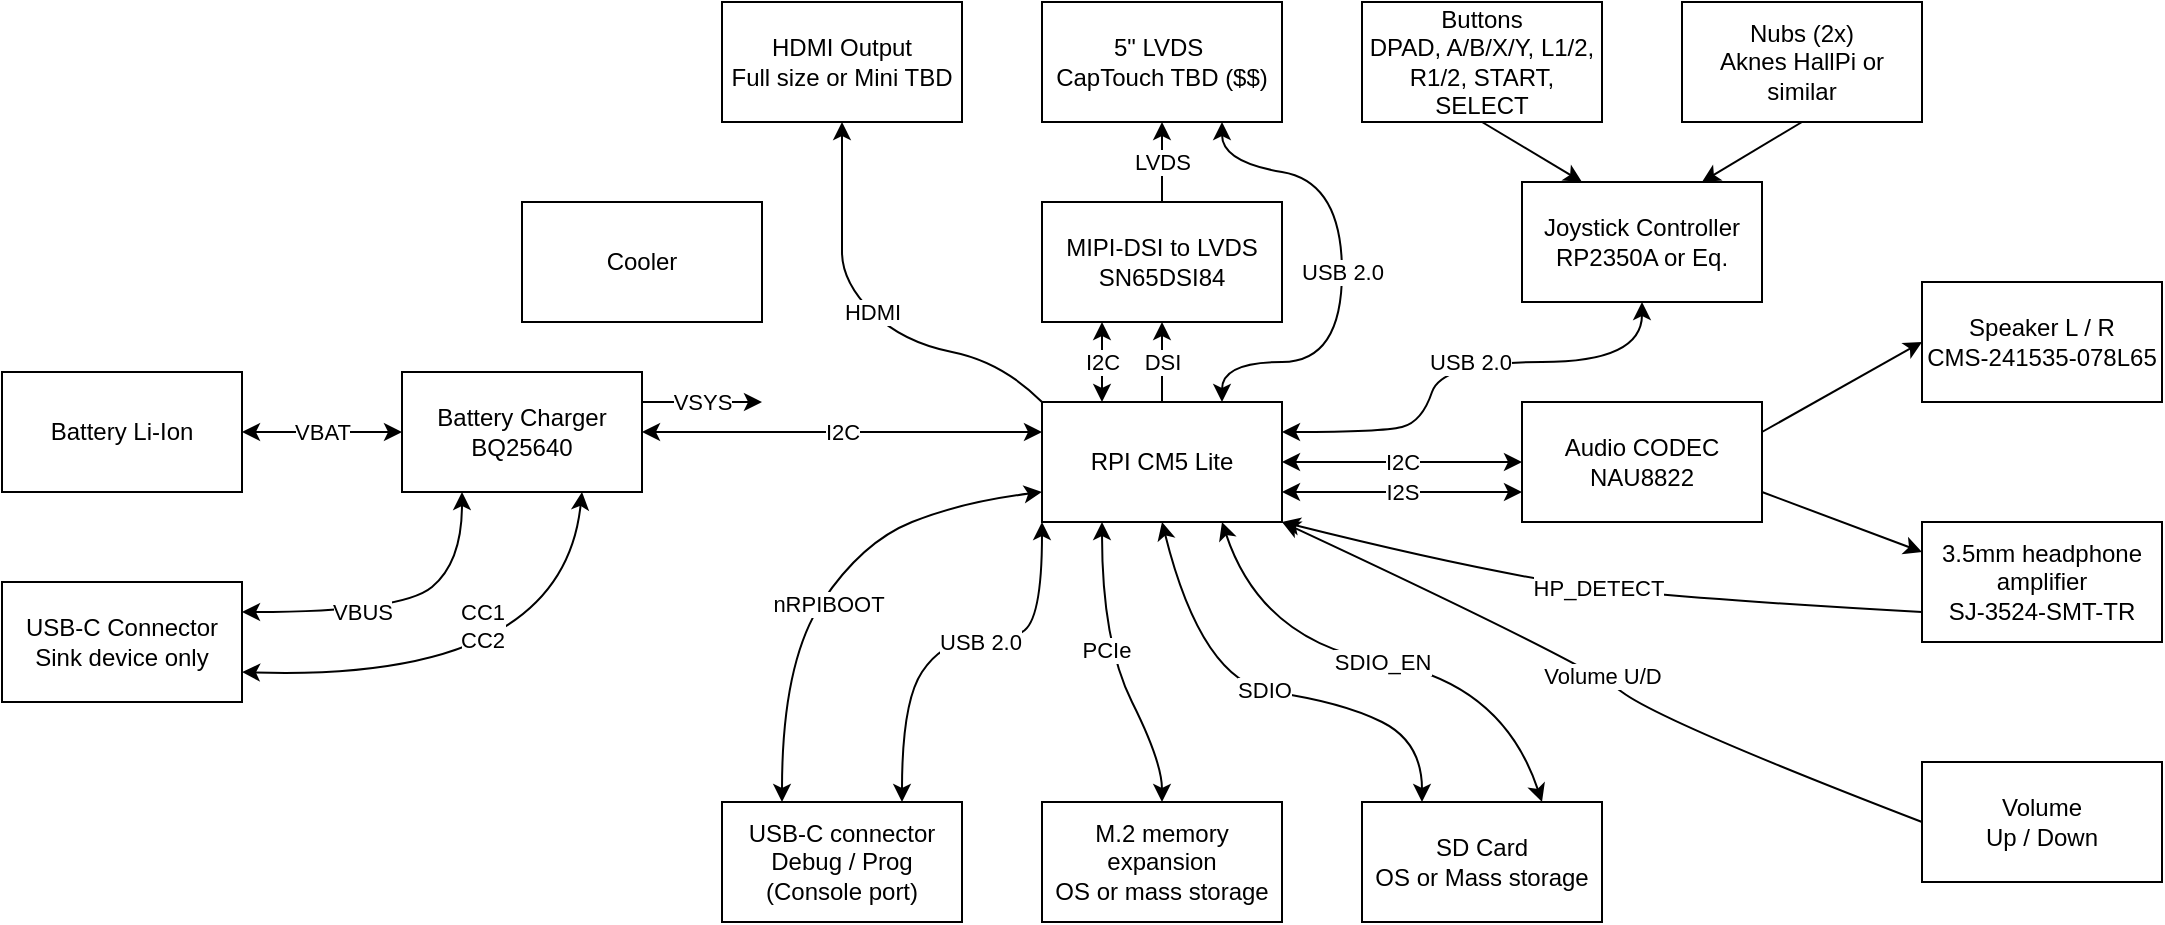
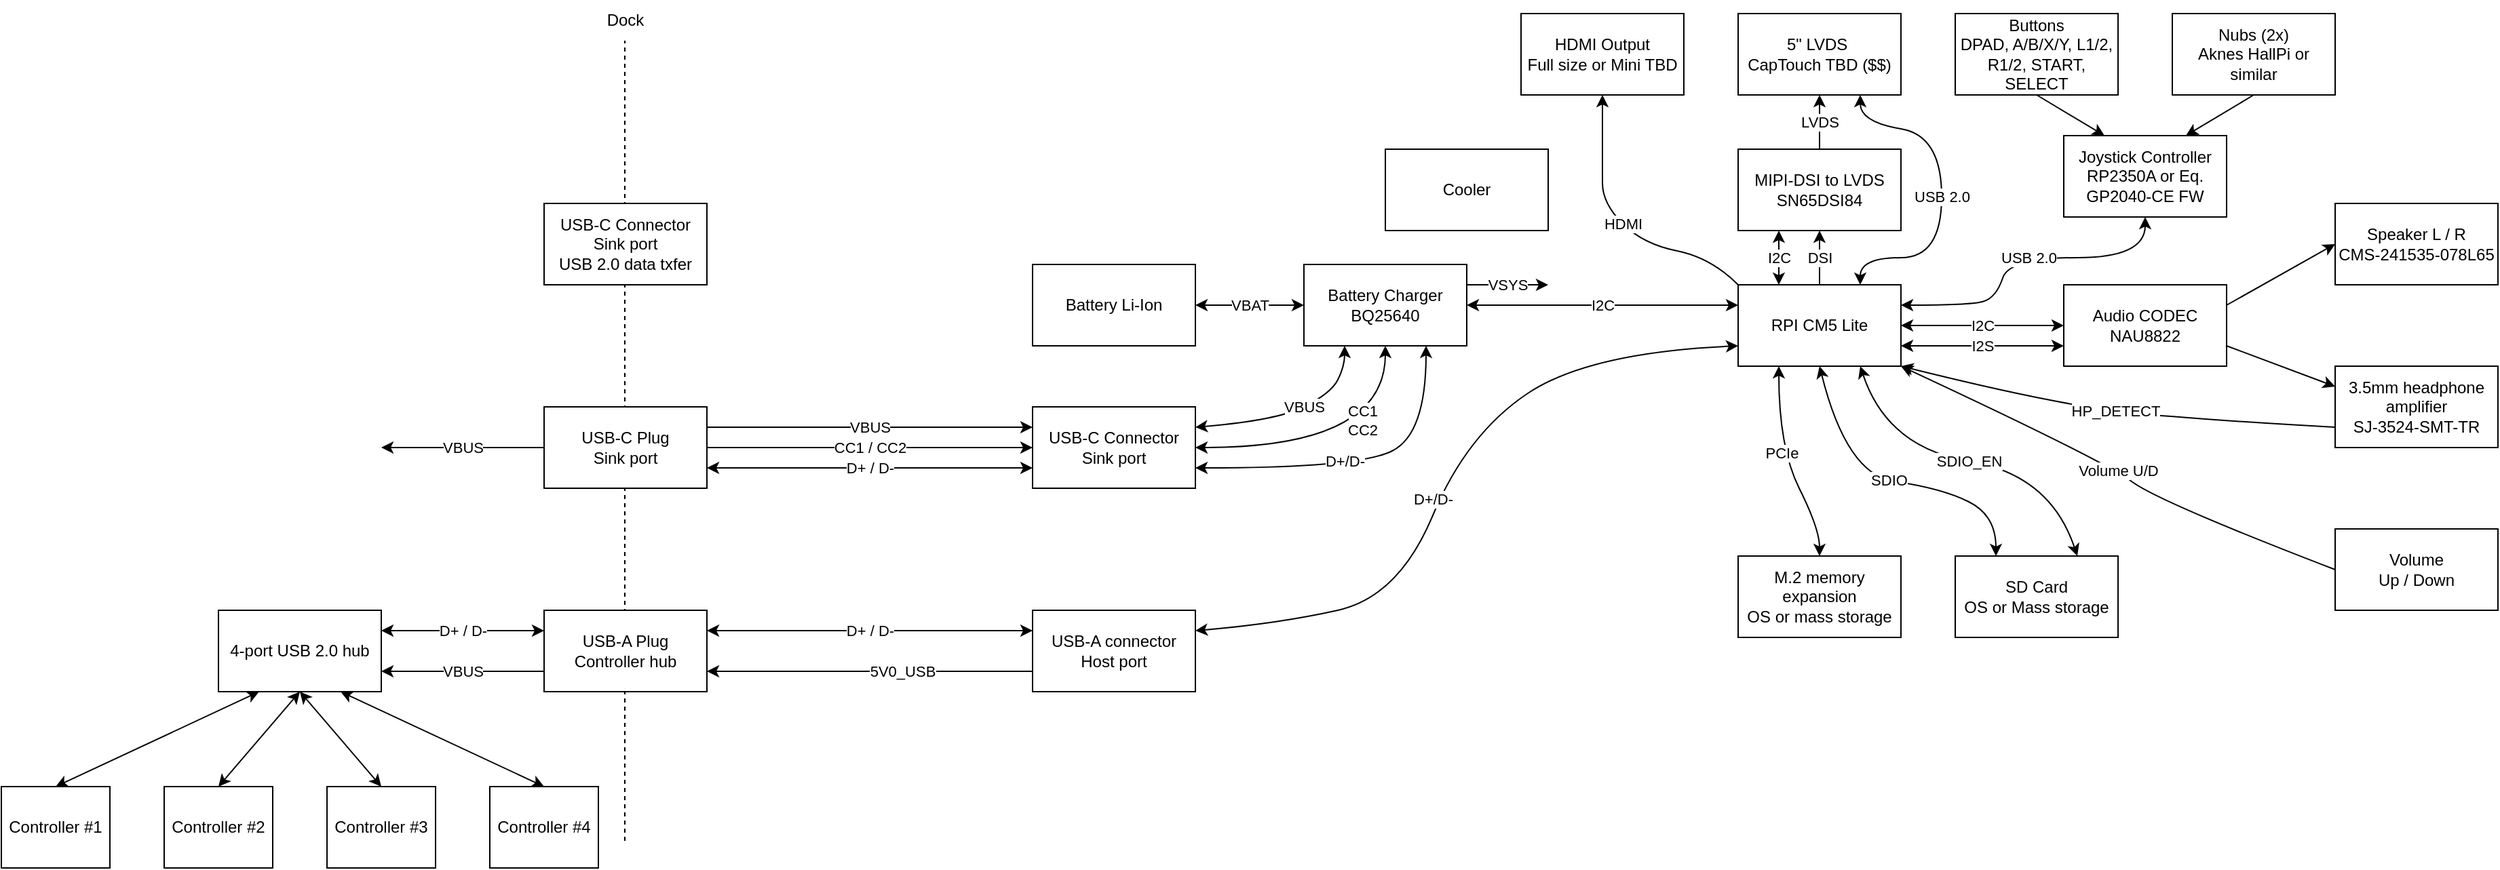
<mxfile host="Electron" pages="2">
  <diagram name="High-level overview" id="L71J2IazOA5o9N9kyOEZ">
-     <mxGraphModel dx="1536" dy="473" grid="1" gridSize="10" guides="1" tooltips="1" connect="1" arrows="1" fold="1" page="1" pageScale="1" pageWidth="850" pageHeight="1100" math="0" shadow="0">
+     <mxGraphModel dx="2901" dy="828" grid="1" gridSize="10" guides="1" tooltips="1" connect="1" arrows="1" fold="1" page="1" pageScale="1" pageWidth="850" pageHeight="1100" math="0" shadow="0">
      <root>
        <mxCell id="0" />
        <mxCell id="1" parent="0" />
        <mxCell id="4IoYY8tWDkJgZSM6vHvJ-1" parent="1" style="rounded=0;whiteSpace=wrap;html=1;" value="RPI CM5 Lite" vertex="1">
          <mxGeometry height="60" width="120" x="360" y="340" as="geometry" />
        </mxCell>
        <mxCell id="4IoYY8tWDkJgZSM6vHvJ-8" parent="1" style="rounded=0;whiteSpace=wrap;html=1;" value="Battery Li-Ion" vertex="1">
          <mxGeometry height="60" width="120" x="-160" y="325" as="geometry" />
        </mxCell>
-         <mxCell id="4IoYY8tWDkJgZSM6vHvJ-10" parent="1" style="rounded=0;whiteSpace=wrap;html=1;" value="USB-C Connector&lt;br&gt;Sink device only" vertex="1">
+         <mxCell id="4IoYY8tWDkJgZSM6vHvJ-10" parent="1" style="rounded=0;whiteSpace=wrap;html=1;" value="USB-C Connector&lt;br&gt;Sink port" vertex="1">
          <mxGeometry height="60" width="120" x="-160" y="430" as="geometry" />
        </mxCell>
        <mxCell id="4IoYY8tWDkJgZSM6vHvJ-17" parent="1" style="rounded=0;whiteSpace=wrap;html=1;" value="M.2 memory expansion&lt;br&gt;OS or mass storage" vertex="1">
          <mxGeometry height="60" width="120" x="360" y="540" as="geometry" />
        </mxCell>
        <mxCell id="4IoYY8tWDkJgZSM6vHvJ-21" parent="1" style="rounded=0;whiteSpace=wrap;html=1;" value="5&quot; LVDS&amp;nbsp;&lt;div&gt;&lt;span style=&quot;color: light-dark(rgb(0, 0, 0), rgb(255, 128, 0));&quot;&gt;CapTouch TBD ($$)&lt;/span&gt;&lt;/div&gt;" vertex="1">
          <mxGeometry height="60" width="120" x="360" y="140" as="geometry" />
        </mxCell>
        <mxCell id="4IoYY8tWDkJgZSM6vHvJ-22" parent="1" style="rounded=0;whiteSpace=wrap;html=1;" value="MIPI-DSI to LVDS&lt;br&gt;SN65DSI84" vertex="1">
          <mxGeometry height="60" width="120" x="360" y="240" as="geometry" />
        </mxCell>
        <mxCell id="4IoYY8tWDkJgZSM6vHvJ-23" edge="1" parent="1" source="4IoYY8tWDkJgZSM6vHvJ-22" style="endArrow=classic;html=1;rounded=0;exitX=0.5;exitY=0;exitDx=0;exitDy=0;entryX=0.5;entryY=1;entryDx=0;entryDy=0;" target="4IoYY8tWDkJgZSM6vHvJ-21" value="LVDS">
          <mxGeometry height="50" relative="1" width="50" as="geometry">
            <mxPoint x="280" y="220" as="sourcePoint" />
            <mxPoint x="430" y="220" as="targetPoint" />
          </mxGeometry>
        </mxCell>
        <mxCell id="4IoYY8tWDkJgZSM6vHvJ-25" edge="1" parent="1" source="4IoYY8tWDkJgZSM6vHvJ-1" style="curved=1;endArrow=classic;html=1;rounded=0;entryX=0.75;entryY=1;entryDx=0;entryDy=0;exitX=0.75;exitY=0;exitDx=0;exitDy=0;startArrow=classic;startFill=1;strokeColor=light-dark(#000000,#FF8000);" target="4IoYY8tWDkJgZSM6vHvJ-21" value="USB 2.0">
          <mxGeometry height="50" relative="1" width="50" as="geometry">
            <Array as="points">
              <mxPoint x="450" y="320" />
              <mxPoint x="510" y="320" />
              <mxPoint x="510" y="230" />
              <mxPoint x="450" y="220" />
              <mxPoint x="450" y="200" />
            </Array>
            <mxPoint x="340" y="340" as="sourcePoint" />
            <mxPoint x="390" y="290" as="targetPoint" />
          </mxGeometry>
        </mxCell>
        <mxCell id="4IoYY8tWDkJgZSM6vHvJ-27" parent="1" style="rounded=0;whiteSpace=wrap;html=1;" value="HDMI Output&lt;br&gt;&lt;span style=&quot;color: light-dark(rgb(0, 0, 0), rgb(255, 128, 0));&quot;&gt;Full size or Mini TBD&lt;/span&gt;" vertex="1">
          <mxGeometry height="60" width="120" x="200" y="140" as="geometry" />
        </mxCell>
        <mxCell id="4IoYY8tWDkJgZSM6vHvJ-28" edge="1" parent="1" source="4IoYY8tWDkJgZSM6vHvJ-1" style="curved=1;endArrow=classic;html=1;rounded=0;exitX=0;exitY=0;exitDx=0;exitDy=0;entryX=0.5;entryY=1;entryDx=0;entryDy=0;" target="4IoYY8tWDkJgZSM6vHvJ-27" value="HDMI">
          <mxGeometry height="50" relative="1" width="50" as="geometry">
            <Array as="points">
              <mxPoint x="340" y="320" />
              <mxPoint x="290" y="310" />
              <mxPoint x="260" y="280" />
              <mxPoint x="260" y="250" />
            </Array>
            <mxPoint x="340" y="350" as="sourcePoint" />
            <mxPoint x="390" y="300" as="targetPoint" />
          </mxGeometry>
        </mxCell>
        <mxCell id="4IoYY8tWDkJgZSM6vHvJ-29" edge="1" parent="1" source="4IoYY8tWDkJgZSM6vHvJ-1" style="endArrow=classic;html=1;rounded=0;exitX=0.5;exitY=0;exitDx=0;exitDy=0;entryX=0.5;entryY=1;entryDx=0;entryDy=0;" target="4IoYY8tWDkJgZSM6vHvJ-22" value="DSI">
          <mxGeometry height="50" relative="1" width="50" as="geometry">
            <mxPoint as="offset" />
            <mxPoint x="280" y="230" as="sourcePoint" />
            <mxPoint x="430" y="230" as="targetPoint" />
          </mxGeometry>
        </mxCell>
        <mxCell id="4IoYY8tWDkJgZSM6vHvJ-31" parent="1" style="rounded=0;whiteSpace=wrap;html=1;" value="SD Card&lt;br&gt;OS or Mass storage" vertex="1">
          <mxGeometry height="60" width="120" x="520" y="540" as="geometry" />
        </mxCell>
        <mxCell id="4IoYY8tWDkJgZSM6vHvJ-32" edge="1" parent="1" source="4IoYY8tWDkJgZSM6vHvJ-1" style="curved=1;endArrow=classic;html=1;rounded=0;exitX=0.5;exitY=1;exitDx=0;exitDy=0;entryX=0.25;entryY=0;entryDx=0;entryDy=0;startArrow=classic;startFill=1;" target="4IoYY8tWDkJgZSM6vHvJ-31" value="SDIO">
          <mxGeometry height="50" relative="1" width="50" as="geometry">
            <Array as="points">
              <mxPoint x="440" y="480" />
              <mxPoint x="510" y="490" />
              <mxPoint x="550" y="510" />
            </Array>
            <mxPoint x="550" y="430" as="sourcePoint" />
            <mxPoint x="600" y="380" as="targetPoint" />
          </mxGeometry>
        </mxCell>
        <mxCell id="4IoYY8tWDkJgZSM6vHvJ-33" parent="1" style="rounded=0;whiteSpace=wrap;html=1;" value="Audio CODEC&lt;br&gt;NAU8822" vertex="1">
          <mxGeometry height="60" width="120" x="600" y="340" as="geometry" />
        </mxCell>
        <mxCell id="4IoYY8tWDkJgZSM6vHvJ-34" edge="1" parent="1" source="4IoYY8tWDkJgZSM6vHvJ-1" style="endArrow=classic;startArrow=classic;html=1;rounded=0;exitX=1;exitY=0.75;exitDx=0;exitDy=0;entryX=0;entryY=0.75;entryDx=0;entryDy=0;" target="4IoYY8tWDkJgZSM6vHvJ-33" value="I2S">
          <mxGeometry height="50" relative="1" width="50" as="geometry">
            <mxPoint x="590" y="290" as="sourcePoint" />
            <mxPoint x="740" y="290" as="targetPoint" />
          </mxGeometry>
        </mxCell>
        <mxCell id="4IoYY8tWDkJgZSM6vHvJ-35" parent="1" style="rounded=0;whiteSpace=wrap;html=1;" value="Speaker L / R&lt;div&gt;CMS-241535-078L65&lt;/div&gt;" vertex="1">
          <mxGeometry height="60" width="120" x="800" y="280" as="geometry" />
        </mxCell>
        <mxCell id="4IoYY8tWDkJgZSM6vHvJ-36" parent="1" style="rounded=0;whiteSpace=wrap;html=1;" value="3.5mm headphone amplifier&lt;div&gt;SJ-3524-SMT-TR&lt;/div&gt;" vertex="1">
          <mxGeometry height="60" width="120" x="800" y="400" as="geometry" />
        </mxCell>
        <mxCell id="4IoYY8tWDkJgZSM6vHvJ-37" edge="1" parent="1" source="4IoYY8tWDkJgZSM6vHvJ-33" style="endArrow=classic;html=1;rounded=0;entryX=0;entryY=0.5;entryDx=0;entryDy=0;exitX=1;exitY=0.25;exitDx=0;exitDy=0;" target="4IoYY8tWDkJgZSM6vHvJ-35" value="">
          <mxGeometry height="50" relative="1" width="50" as="geometry">
            <mxPoint x="690" y="320" as="sourcePoint" />
            <mxPoint x="740" y="270" as="targetPoint" />
          </mxGeometry>
        </mxCell>
        <mxCell id="4IoYY8tWDkJgZSM6vHvJ-38" edge="1" parent="1" source="4IoYY8tWDkJgZSM6vHvJ-33" style="endArrow=classic;html=1;rounded=0;entryX=0;entryY=0.25;entryDx=0;entryDy=0;exitX=1;exitY=0.75;exitDx=0;exitDy=0;" target="4IoYY8tWDkJgZSM6vHvJ-36" value="">
          <mxGeometry height="50" relative="1" width="50" as="geometry">
            <mxPoint x="750" y="395" as="sourcePoint" />
            <mxPoint x="800" y="350" as="targetPoint" />
          </mxGeometry>
        </mxCell>
        <mxCell id="4IoYY8tWDkJgZSM6vHvJ-40" edge="1" parent="1" source="4IoYY8tWDkJgZSM6vHvJ-1" style="endArrow=classic;startArrow=classic;html=1;rounded=0;exitX=1;exitY=0.5;exitDx=0;exitDy=0;entryX=0;entryY=0.5;entryDx=0;entryDy=0;" target="4IoYY8tWDkJgZSM6vHvJ-33" value="I2C">
          <mxGeometry height="50" relative="1" width="50" as="geometry">
            <mxPoint x="630" y="220" as="sourcePoint" />
            <mxPoint x="780" y="220" as="targetPoint" />
          </mxGeometry>
        </mxCell>
-         <mxCell id="4IoYY8tWDkJgZSM6vHvJ-43" parent="1" style="rounded=0;whiteSpace=wrap;html=1;" value="USB-C connector&lt;div&gt;Debug / Prog (Console port)&lt;/div&gt;" vertex="1">
-           <mxGeometry height="60" width="120" x="200" y="540" as="geometry" />
-         </mxCell>
-         <mxCell id="4IoYY8tWDkJgZSM6vHvJ-46" edge="1" parent="1" source="4IoYY8tWDkJgZSM6vHvJ-1" style="curved=1;endArrow=classic;html=1;rounded=0;exitX=0;exitY=1;exitDx=0;exitDy=0;entryX=0.75;entryY=0;entryDx=0;entryDy=0;startArrow=classic;startFill=1;" target="4IoYY8tWDkJgZSM6vHvJ-43" value="USB 2.0">
-           <mxGeometry height="50" relative="1" width="50" x="-0.1144" as="geometry">
-             <mxPoint as="offset" />
-             <Array as="points">
-               <mxPoint x="360" y="450" />
-               <mxPoint x="340" y="460" />
-               <mxPoint x="310" y="460" />
-               <mxPoint x="290" y="490" />
-             </Array>
-             <mxPoint x="610" y="570" as="sourcePoint" />
-             <mxPoint x="280" y="490" as="targetPoint" />
-           </mxGeometry>
-         </mxCell>
-         <mxCell id="4IoYY8tWDkJgZSM6vHvJ-47" parent="1" style="rounded=0;whiteSpace=wrap;html=1;" value="Joystick Controller&lt;br&gt;RP2350A or Eq." vertex="1">
+         <mxCell id="4IoYY8tWDkJgZSM6vHvJ-47" parent="1" style="rounded=0;whiteSpace=wrap;html=1;" value="Joystick Controller&lt;br&gt;RP2350A or Eq.&lt;br&gt;GP2040-CE FW" vertex="1">
          <mxGeometry height="60" width="120" x="600" y="230" as="geometry" />
        </mxCell>
        <mxCell id="4IoYY8tWDkJgZSM6vHvJ-51" parent="1" style="rounded=0;whiteSpace=wrap;html=1;" value="Buttons&lt;br&gt;DPAD, A/B/X/Y, L1/2, R1/2, START, SELECT" vertex="1">
          <mxGeometry height="60" width="120" x="520" y="140" as="geometry" />
        </mxCell>
        <mxCell id="4IoYY8tWDkJgZSM6vHvJ-52" parent="1" style="rounded=0;whiteSpace=wrap;html=1;" value="Nubs (2x)&lt;br&gt;Aknes HallPi or similar" vertex="1">
          <mxGeometry height="60" width="120" x="680" y="140" as="geometry" />
        </mxCell>
        <mxCell id="5ZqyS_A1muu6yMZzAFLU-2" edge="1" parent="1" source="4IoYY8tWDkJgZSM6vHvJ-1" style="curved=1;endArrow=classic;html=1;rounded=0;entryX=0.5;entryY=1;entryDx=0;entryDy=0;exitX=1;exitY=0.25;exitDx=0;exitDy=0;startArrow=classic;startFill=1;" target="4IoYY8tWDkJgZSM6vHvJ-47" value="USB 2.0">
          <mxGeometry height="50" relative="1" width="50" as="geometry">
            <Array as="points">
              <mxPoint x="530" y="355" />
              <mxPoint x="550" y="350" />
              <mxPoint x="560" y="320" />
              <mxPoint x="660" y="320" />
            </Array>
            <mxPoint x="560" y="460" as="sourcePoint" />
            <mxPoint x="560" y="300" as="targetPoint" />
          </mxGeometry>
        </mxCell>
        <mxCell id="5ZqyS_A1muu6yMZzAFLU-3" edge="1" parent="1" source="4IoYY8tWDkJgZSM6vHvJ-22" style="endArrow=classic;startArrow=classic;html=1;rounded=0;exitX=0.25;exitY=1;exitDx=0;exitDy=0;entryX=0.25;entryY=0;entryDx=0;entryDy=0;" target="4IoYY8tWDkJgZSM6vHvJ-1" value="I2C">
          <mxGeometry height="50" relative="1" width="50" as="geometry">
            <mxPoint as="offset" />
            <mxPoint x="560" y="370" as="sourcePoint" />
            <mxPoint x="680" y="370" as="targetPoint" />
          </mxGeometry>
        </mxCell>
        <mxCell id="5ZqyS_A1muu6yMZzAFLU-4" edge="1" parent="1" source="4IoYY8tWDkJgZSM6vHvJ-51" style="endArrow=classic;html=1;rounded=0;entryX=0.25;entryY=0;entryDx=0;entryDy=0;exitX=0.5;exitY=1;exitDx=0;exitDy=0;" target="4IoYY8tWDkJgZSM6vHvJ-47" value="">
          <mxGeometry height="50" relative="1" width="50" as="geometry">
            <mxPoint x="810" y="485" as="sourcePoint" />
            <mxPoint x="730" y="400" as="targetPoint" />
          </mxGeometry>
        </mxCell>
        <mxCell id="5ZqyS_A1muu6yMZzAFLU-5" edge="1" parent="1" source="4IoYY8tWDkJgZSM6vHvJ-52" style="endArrow=classic;html=1;rounded=0;entryX=0.75;entryY=0;entryDx=0;entryDy=0;exitX=0.5;exitY=1;exitDx=0;exitDy=0;" target="4IoYY8tWDkJgZSM6vHvJ-47" value="">
          <mxGeometry height="50" relative="1" width="50" as="geometry">
            <mxPoint x="720" y="110" as="sourcePoint" />
            <mxPoint x="770" y="160" as="targetPoint" />
          </mxGeometry>
        </mxCell>
        <mxCell id="t1u9_rJhIXzL8JWfHioL-1" parent="1" style="rounded=0;whiteSpace=wrap;html=1;" value="Battery Charger&lt;br&gt;BQ25640" vertex="1">
          <mxGeometry height="60" width="120" x="40" y="325" as="geometry" />
        </mxCell>
        <mxCell id="t1u9_rJhIXzL8JWfHioL-4" edge="1" parent="1" source="4IoYY8tWDkJgZSM6vHvJ-8" style="endArrow=classic;startArrow=classic;html=1;rounded=0;exitX=1;exitY=0.5;exitDx=0;exitDy=0;entryX=0;entryY=0.5;entryDx=0;entryDy=0;startFill=1;" target="t1u9_rJhIXzL8JWfHioL-1" value="VBAT">
          <mxGeometry height="50" relative="1" width="50" as="geometry">
            <mxPoint x="20" y="520" as="sourcePoint" />
            <mxPoint x="100" y="520" as="targetPoint" />
          </mxGeometry>
        </mxCell>
        <mxCell id="t1u9_rJhIXzL8JWfHioL-7" edge="1" parent="1" source="t1u9_rJhIXzL8JWfHioL-1" style="endArrow=classic;html=1;rounded=0;exitX=1;exitY=0.25;exitDx=0;exitDy=0;" value="VSYS">
          <mxGeometry height="50" relative="1" width="50" as="geometry">
            <mxPoint x="260" y="510" as="sourcePoint" />
            <mxPoint x="220" y="340" as="targetPoint" />
          </mxGeometry>
        </mxCell>
-         <mxCell id="RV9RdjZogVWlMrtzUI98-1" edge="1" parent="1" source="4IoYY8tWDkJgZSM6vHvJ-1" style="curved=1;endArrow=classic;html=1;rounded=0;exitX=0;exitY=0.75;exitDx=0;exitDy=0;entryX=0.25;entryY=0;entryDx=0;entryDy=0;startArrow=classic;startFill=1;" target="4IoYY8tWDkJgZSM6vHvJ-43" value="nRPIBOOT">
-           <mxGeometry height="50" relative="1" width="50" x="0.1011" y="3" as="geometry">
-             <mxPoint as="offset" />
-             <Array as="points">
-               <mxPoint x="320" y="390" />
-               <mxPoint x="270" y="410" />
-               <mxPoint x="230" y="470" />
-             </Array>
-             <mxPoint x="400" y="660" as="sourcePoint" />
-             <mxPoint x="300" y="800" as="targetPoint" />
-           </mxGeometry>
-         </mxCell>
        <mxCell id="RV9RdjZogVWlMrtzUI98-2" edge="1" parent="1" source="4IoYY8tWDkJgZSM6vHvJ-1" style="curved=1;endArrow=classic;html=1;rounded=0;exitX=0.75;exitY=1;exitDx=0;exitDy=0;entryX=0.75;entryY=0;entryDx=0;entryDy=0;startArrow=classic;startFill=1;" target="4IoYY8tWDkJgZSM6vHvJ-31" value="SDIO_EN">
          <mxGeometry height="50" relative="1" width="50" as="geometry">
            <Array as="points">
              <mxPoint x="470" y="460" />
              <mxPoint x="590" y="480" />
            </Array>
            <mxPoint x="520" y="410" as="sourcePoint" />
            <mxPoint x="620" y="550" as="targetPoint" />
          </mxGeometry>
        </mxCell>
        <mxCell id="KrG3k9dnVhVedBE9rvRj-1" parent="1" style="rounded=0;whiteSpace=wrap;html=1;" value="Cooler" vertex="1">
          <mxGeometry height="60" width="120" x="100" y="240" as="geometry" />
        </mxCell>
        <mxCell id="CNoxju4SNJSur4-qGFXB-1" edge="1" parent="1" source="4IoYY8tWDkJgZSM6vHvJ-1" style="curved=1;endArrow=none;html=1;rounded=0;exitX=1;exitY=1;exitDx=0;exitDy=0;entryX=0;entryY=0.75;entryDx=0;entryDy=0;startArrow=classic;startFill=1;endFill=0;" target="4IoYY8tWDkJgZSM6vHvJ-36" value="HP_DETECT">
          <mxGeometry height="50" relative="1" width="50" as="geometry">
            <Array as="points">
              <mxPoint x="600" y="430" />
              <mxPoint x="710" y="440" />
            </Array>
            <mxPoint x="660" y="440" as="sourcePoint" />
            <mxPoint x="790" y="580" as="targetPoint" />
          </mxGeometry>
        </mxCell>
        <mxCell id="raafxxCsd70edmm5KwOi-2" edge="1" parent="1" source="4IoYY8tWDkJgZSM6vHvJ-1" style="curved=1;endArrow=classic;html=1;rounded=0;exitX=0.25;exitY=1;exitDx=0;exitDy=0;entryX=0.5;entryY=0;entryDx=0;entryDy=0;startArrow=classic;startFill=1;" target="4IoYY8tWDkJgZSM6vHvJ-17" value="PCIe">
          <mxGeometry height="50" relative="1" width="50" x="-0.1144" as="geometry">
            <mxPoint as="offset" />
            <Array as="points">
              <mxPoint x="390" y="460" />
              <mxPoint x="420" y="520" />
            </Array>
            <mxPoint x="460" y="420" as="sourcePoint" />
            <mxPoint x="390" y="560" as="targetPoint" />
          </mxGeometry>
        </mxCell>
        <mxCell id="raafxxCsd70edmm5KwOi-3" parent="1" style="rounded=0;whiteSpace=wrap;html=1;" value="Volume&lt;div&gt;Up / Down&lt;/div&gt;" vertex="1">
          <mxGeometry height="60" width="120" x="800" y="520" as="geometry" />
        </mxCell>
        <mxCell id="raafxxCsd70edmm5KwOi-4" edge="1" parent="1" source="4IoYY8tWDkJgZSM6vHvJ-1" style="curved=1;endArrow=none;html=1;rounded=0;exitX=1;exitY=1;exitDx=0;exitDy=0;entryX=0;entryY=0.5;entryDx=0;entryDy=0;startArrow=classic;startFill=1;endFill=0;" target="raafxxCsd70edmm5KwOi-3" value="Volume U/D">
          <mxGeometry height="50" relative="1" width="50" as="geometry">
            <Array as="points">
              <mxPoint x="630" y="470" />
              <mxPoint x="670" y="500" />
            </Array>
            <mxPoint x="750" y="490" as="sourcePoint" />
            <mxPoint x="1070" y="535" as="targetPoint" />
          </mxGeometry>
        </mxCell>
        <mxCell id="yUx453rQFzWsMvhEQIbi-1" edge="1" parent="1" source="4IoYY8tWDkJgZSM6vHvJ-10" style="curved=1;endArrow=classic;html=1;rounded=0;entryX=0.25;entryY=1;entryDx=0;entryDy=0;exitX=1;exitY=0.25;exitDx=0;exitDy=0;startArrow=classic;startFill=1;" target="t1u9_rJhIXzL8JWfHioL-1" value="VBUS">
-           <mxGeometry height="50" relative="1" width="50" x="-0.2182" as="geometry">
-             <mxPoint as="offset" />
-             <Array as="points">
-               <mxPoint x="40" y="445" />
-               <mxPoint x="70" y="420" />
+           <mxGeometry height="50" relative="1" width="50" x="0.1606" as="geometry">
+             <mxPoint as="offset" />
+             <Array as="points">
+               <mxPoint x="20" y="440" />
+               <mxPoint x="60" y="420" />
+               <mxPoint x="70" y="400" />
            </Array>
            <mxPoint x="-40" y="455" as="sourcePoint" />
            <mxPoint x="140" y="390" as="targetPoint" />
          </mxGeometry>
        </mxCell>
-         <mxCell id="yUx453rQFzWsMvhEQIbi-2" edge="1" parent="1" source="4IoYY8tWDkJgZSM6vHvJ-10" style="curved=1;endArrow=classic;html=1;rounded=0;entryX=0.75;entryY=1;entryDx=0;entryDy=0;exitX=1;exitY=0.75;exitDx=0;exitDy=0;startArrow=classic;startFill=1;" target="t1u9_rJhIXzL8JWfHioL-1" value="CC1&lt;br&gt;CC2">
-           <mxGeometry height="50" relative="1" width="50" x="-0.0669" y="27" as="geometry">
-             <mxPoint as="offset" />
-             <Array as="points">
-               <mxPoint x="120" y="480" />
+         <mxCell id="yUx453rQFzWsMvhEQIbi-2" edge="1" parent="1" source="4IoYY8tWDkJgZSM6vHvJ-10" style="curved=1;endArrow=classic;html=1;rounded=0;entryX=0.5;entryY=1;entryDx=0;entryDy=0;exitX=1;exitY=0.5;exitDx=0;exitDy=0;startArrow=classic;startFill=1;" target="t1u9_rJhIXzL8JWfHioL-1" value="CC1&lt;br&gt;CC2">
+           <mxGeometry height="50" relative="1" width="50" x="0.1429" y="20" as="geometry">
+             <mxPoint as="offset" />
+             <Array as="points">
+               <mxPoint x="100" y="460" />
            </Array>
            <mxPoint x="10" y="575" as="sourcePoint" />
            <mxPoint x="120" y="520" as="targetPoint" />
          </mxGeometry>
        </mxCell>
        <mxCell id="yUx453rQFzWsMvhEQIbi-3" edge="1" parent="1" source="4IoYY8tWDkJgZSM6vHvJ-1" style="endArrow=classic;startArrow=classic;html=1;rounded=0;exitX=0;exitY=0.25;exitDx=0;exitDy=0;entryX=1;entryY=0.5;entryDx=0;entryDy=0;" target="t1u9_rJhIXzL8JWfHioL-1" value="I2C">
          <mxGeometry height="50" relative="1" width="50" as="geometry">
            <mxPoint as="offset" />
            <mxPoint x="210" y="370" as="sourcePoint" />
            <mxPoint x="210" y="410" as="targetPoint" />
+           </mxGeometry>
+         </mxCell>
+         <mxCell id="XBo1kVQQVbRuQlfM1nOO-2" edge="1" parent="1" source="4IoYY8tWDkJgZSM6vHvJ-10" style="curved=1;endArrow=classic;html=1;rounded=0;entryX=0.75;entryY=1;entryDx=0;entryDy=0;startArrow=classic;startFill=1;exitX=1;exitY=0.75;exitDx=0;exitDy=0;" target="t1u9_rJhIXzL8JWfHioL-1" value="D+/D-">
+           <mxGeometry height="50" relative="1" width="50" x="-0.0868" y="5" as="geometry">
+             <mxPoint as="offset" />
+             <Array as="points">
+               <mxPoint x="80" y="475" />
+               <mxPoint x="130" y="450" />
+             </Array>
+             <mxPoint x="160" y="520" as="sourcePoint" />
+             <mxPoint x="330" y="515" as="targetPoint" />
+           </mxGeometry>
+         </mxCell>
+         <mxCell id="XBo1kVQQVbRuQlfM1nOO-6" edge="1" parent="1" style="endArrow=none;dashed=1;html=1;rounded=0;" value="">
+           <mxGeometry height="50" relative="1" width="50" as="geometry">
+             <mxPoint x="-460.5" y="750" as="sourcePoint" />
+             <mxPoint x="-460.5" y="160" as="targetPoint" />
+           </mxGeometry>
+         </mxCell>
+         <mxCell id="XBo1kVQQVbRuQlfM1nOO-7" parent="1" style="text;html=1;whiteSpace=wrap;strokeColor=none;fillColor=none;align=center;verticalAlign=middle;rounded=0;" value="Dock" vertex="1">
+           <mxGeometry height="30" width="60" x="-490" y="130" as="geometry" />
+         </mxCell>
+         <mxCell id="XBo1kVQQVbRuQlfM1nOO-8" parent="1" style="rounded=0;whiteSpace=wrap;html=1;" value="USB-C Plug&lt;br&gt;Sink port" vertex="1">
+           <mxGeometry height="60" width="120" x="-520" y="430" as="geometry" />
+         </mxCell>
+         <mxCell id="XBo1kVQQVbRuQlfM1nOO-9" edge="1" parent="1" source="XBo1kVQQVbRuQlfM1nOO-8" style="endArrow=classic;html=1;rounded=0;exitX=1;exitY=0.25;exitDx=0;exitDy=0;entryX=0;entryY=0.25;entryDx=0;entryDy=0;" target="4IoYY8tWDkJgZSM6vHvJ-10" value="VBUS">
+           <mxGeometry height="50" relative="1" width="50" as="geometry">
+             <mxPoint x="-340" y="360" as="sourcePoint" />
+             <mxPoint x="-290" y="310" as="targetPoint" />
+           </mxGeometry>
+         </mxCell>
+         <mxCell id="XBo1kVQQVbRuQlfM1nOO-10" edge="1" parent="1" source="XBo1kVQQVbRuQlfM1nOO-8" style="endArrow=classic;html=1;rounded=0;exitX=1;exitY=0.5;exitDx=0;exitDy=0;entryX=0;entryY=0.5;entryDx=0;entryDy=0;" target="4IoYY8tWDkJgZSM6vHvJ-10" value="CC1 / CC2">
+           <mxGeometry height="50" relative="1" width="50" as="geometry">
+             <mxPoint x="-370" y="490" as="sourcePoint" />
+             <mxPoint x="-130" y="490" as="targetPoint" />
+           </mxGeometry>
+         </mxCell>
+         <mxCell id="XBo1kVQQVbRuQlfM1nOO-11" edge="1" parent="1" source="XBo1kVQQVbRuQlfM1nOO-8" style="endArrow=classic;startArrow=classic;html=1;rounded=0;entryX=0;entryY=0.75;entryDx=0;entryDy=0;exitX=1;exitY=0.75;exitDx=0;exitDy=0;" target="4IoYY8tWDkJgZSM6vHvJ-10" value="D+ / D-">
+           <mxGeometry height="50" relative="1" width="50" as="geometry">
+             <mxPoint x="-330" y="430" as="sourcePoint" />
+             <mxPoint x="-280" y="380" as="targetPoint" />
+           </mxGeometry>
+         </mxCell>
+         <mxCell id="XBo1kVQQVbRuQlfM1nOO-12" parent="1" style="rounded=0;whiteSpace=wrap;html=1;" value="4-port USB 2.0 hub" vertex="1">
+           <mxGeometry height="60" width="120" x="-760" y="580" as="geometry" />
+         </mxCell>
+         <mxCell id="XBo1kVQQVbRuQlfM1nOO-14" parent="1" style="rounded=0;whiteSpace=wrap;html=1;" value="Controller #1" vertex="1">
+           <mxGeometry height="60" width="80" x="-920" y="710" as="geometry" />
+         </mxCell>
+         <mxCell id="XBo1kVQQVbRuQlfM1nOO-16" parent="1" style="rounded=0;whiteSpace=wrap;html=1;" value="Controller #2" vertex="1">
+           <mxGeometry height="60" width="80" x="-800" y="710" as="geometry" />
+         </mxCell>
+         <mxCell id="XBo1kVQQVbRuQlfM1nOO-17" parent="1" style="rounded=0;whiteSpace=wrap;html=1;" value="Controller #3" vertex="1">
+           <mxGeometry height="60" width="80" x="-680" y="710" as="geometry" />
+         </mxCell>
+         <mxCell id="XBo1kVQQVbRuQlfM1nOO-18" parent="1" style="rounded=0;whiteSpace=wrap;html=1;" value="Controller #4" vertex="1">
+           <mxGeometry height="60" width="80" x="-560" y="710" as="geometry" />
+         </mxCell>
+         <mxCell id="XBo1kVQQVbRuQlfM1nOO-19" edge="1" parent="1" source="XBo1kVQQVbRuQlfM1nOO-14" style="endArrow=classic;startArrow=classic;html=1;rounded=0;exitX=0.5;exitY=0;exitDx=0;exitDy=0;entryX=0.25;entryY=1;entryDx=0;entryDy=0;" target="XBo1kVQQVbRuQlfM1nOO-12" value="">
+           <mxGeometry height="50" relative="1" width="50" as="geometry">
+             <mxPoint x="-710" y="640" as="sourcePoint" />
+             <mxPoint x="-660" y="590" as="targetPoint" />
+           </mxGeometry>
+         </mxCell>
+         <mxCell id="XBo1kVQQVbRuQlfM1nOO-20" edge="1" parent="1" source="XBo1kVQQVbRuQlfM1nOO-16" style="endArrow=classic;startArrow=classic;html=1;rounded=0;exitX=0.5;exitY=0;exitDx=0;exitDy=0;entryX=0.5;entryY=1;entryDx=0;entryDy=0;" target="XBo1kVQQVbRuQlfM1nOO-12" value="">
+           <mxGeometry height="50" relative="1" width="50" as="geometry">
+             <mxPoint x="-710" y="740" as="sourcePoint" />
+             <mxPoint x="-560" y="670" as="targetPoint" />
+           </mxGeometry>
+         </mxCell>
+         <mxCell id="XBo1kVQQVbRuQlfM1nOO-21" edge="1" parent="1" source="XBo1kVQQVbRuQlfM1nOO-17" style="endArrow=classic;startArrow=classic;html=1;rounded=0;exitX=0.5;exitY=0;exitDx=0;exitDy=0;entryX=0.5;entryY=1;entryDx=0;entryDy=0;" target="XBo1kVQQVbRuQlfM1nOO-12" value="">
+           <mxGeometry height="50" relative="1" width="50" as="geometry">
+             <mxPoint x="-610" y="750" as="sourcePoint" />
+             <mxPoint x="-550" y="680" as="targetPoint" />
+           </mxGeometry>
+         </mxCell>
+         <mxCell id="XBo1kVQQVbRuQlfM1nOO-22" edge="1" parent="1" source="XBo1kVQQVbRuQlfM1nOO-18" style="endArrow=classic;startArrow=classic;html=1;rounded=0;exitX=0.5;exitY=0;exitDx=0;exitDy=0;entryX=0.75;entryY=1;entryDx=0;entryDy=0;" target="XBo1kVQQVbRuQlfM1nOO-12" value="">
+           <mxGeometry height="50" relative="1" width="50" as="geometry">
+             <mxPoint x="-550" y="740" as="sourcePoint" />
+             <mxPoint x="-490" y="670" as="targetPoint" />
+           </mxGeometry>
+         </mxCell>
+         <mxCell id="XBo1kVQQVbRuQlfM1nOO-23" parent="1" style="rounded=0;whiteSpace=wrap;html=1;" value="USB-C Connector&lt;br&gt;Sink port&lt;div&gt;USB 2.0 data txfer&lt;/div&gt;" vertex="1">
+           <mxGeometry height="60" width="120" x="-520" y="280" as="geometry" />
+         </mxCell>
+         <mxCell id="XBo1kVQQVbRuQlfM1nOO-28" parent="1" style="rounded=0;whiteSpace=wrap;html=1;" value="USB-A Plug&lt;br&gt;Controller hub" vertex="1">
+           <mxGeometry height="60" width="120" x="-520" y="580" as="geometry" />
+         </mxCell>
+         <mxCell id="XBo1kVQQVbRuQlfM1nOO-29" edge="1" parent="1" source="XBo1kVQQVbRuQlfM1nOO-36" style="curved=1;endArrow=classic;html=1;rounded=0;entryX=0;entryY=0.75;entryDx=0;entryDy=0;startArrow=classic;startFill=1;exitX=1;exitY=0.25;exitDx=0;exitDy=0;" target="4IoYY8tWDkJgZSM6vHvJ-1" value="D+/D-">
+           <mxGeometry height="50" relative="1" width="50" x="-0.0868" y="5" as="geometry">
+             <mxPoint as="offset" />
+             <Array as="points">
+               <mxPoint x="20" y="590" />
+               <mxPoint x="110" y="570" />
+               <mxPoint x="160" y="450" />
+               <mxPoint x="250" y="390" />
+             </Array>
+             <mxPoint x="10" y="680" as="sourcePoint" />
+             <mxPoint x="180" y="590" as="targetPoint" />
+           </mxGeometry>
+         </mxCell>
+         <mxCell id="XBo1kVQQVbRuQlfM1nOO-30" edge="1" parent="1" source="XBo1kVQQVbRuQlfM1nOO-12" style="endArrow=classic;startArrow=classic;html=1;rounded=0;entryX=0;entryY=0.25;entryDx=0;entryDy=0;exitX=1;exitY=0.25;exitDx=0;exitDy=0;" target="XBo1kVQQVbRuQlfM1nOO-28" value="D+ / D-">
+           <mxGeometry height="50" relative="1" width="50" as="geometry">
+             <mxPoint x="-620" y="580" as="sourcePoint" />
+             <mxPoint x="-380" y="580" as="targetPoint" />
+           </mxGeometry>
+         </mxCell>
+         <mxCell id="XBo1kVQQVbRuQlfM1nOO-32" edge="1" parent="1" source="XBo1kVQQVbRuQlfM1nOO-28" style="endArrow=classic;html=1;rounded=0;exitX=0;exitY=0.75;exitDx=0;exitDy=0;entryX=1;entryY=0.75;entryDx=0;entryDy=0;" target="XBo1kVQQVbRuQlfM1nOO-12" value="VBUS">
+           <mxGeometry height="50" relative="1" width="50" as="geometry">
+             <mxPoint x="-400" y="570" as="sourcePoint" />
+             <mxPoint x="-630" y="626" as="targetPoint" />
+           </mxGeometry>
+         </mxCell>
+         <mxCell id="XBo1kVQQVbRuQlfM1nOO-33" edge="1" parent="1" source="XBo1kVQQVbRuQlfM1nOO-36" style="endArrow=classic;html=1;rounded=0;entryX=1;entryY=0.75;entryDx=0;entryDy=0;exitX=0;exitY=0.75;exitDx=0;exitDy=0;" target="XBo1kVQQVbRuQlfM1nOO-28" value="5V0_USB">
+           <mxGeometry height="50" relative="1" width="50" x="-0.2" as="geometry">
+             <mxPoint as="offset" />
+             <mxPoint x="-200" y="625" as="sourcePoint" />
+             <mxPoint x="30" y="680" as="targetPoint" />
+           </mxGeometry>
+         </mxCell>
+         <mxCell id="XBo1kVQQVbRuQlfM1nOO-34" edge="1" parent="1" source="XBo1kVQQVbRuQlfM1nOO-8" style="endArrow=classic;html=1;rounded=0;exitX=0;exitY=0.5;exitDx=0;exitDy=0;" value="VBUS">
+           <mxGeometry height="50" relative="1" width="50" as="geometry">
+             <mxPoint x="-650" y="470" as="sourcePoint" />
+             <mxPoint x="-640" y="460" as="targetPoint" />
+           </mxGeometry>
+         </mxCell>
+         <mxCell id="XBo1kVQQVbRuQlfM1nOO-36" parent="1" style="rounded=0;whiteSpace=wrap;html=1;" value="USB-A connector&lt;br&gt;Host port" vertex="1">
+           <mxGeometry height="60" width="120" x="-160" y="580" as="geometry" />
+         </mxCell>
+         <mxCell id="XBo1kVQQVbRuQlfM1nOO-37" edge="1" parent="1" source="XBo1kVQQVbRuQlfM1nOO-28" style="endArrow=classic;startArrow=classic;html=1;rounded=0;entryX=0;entryY=0.25;entryDx=0;entryDy=0;exitX=1;exitY=0.25;exitDx=0;exitDy=0;" target="XBo1kVQQVbRuQlfM1nOO-36" value="D+ / D-">
+           <mxGeometry height="50" relative="1" width="50" as="geometry">
+             <mxPoint x="-280" y="540" as="sourcePoint" />
+             <mxPoint x="-40" y="540" as="targetPoint" />
          </mxGeometry>
        </mxCell>
      </root>
    </mxGraphModel>
  </diagram>
  <diagram id="ouiW8yZ8rTswqIh-kmSx" name="Power Tree">
    <mxGraphModel dx="1201" dy="828" grid="1" gridSize="10" guides="1" tooltips="1" connect="1" arrows="1" fold="1" page="1" pageScale="1" pageWidth="850" pageHeight="1100" math="0" shadow="0">
      <root>
        <mxCell id="0" />
        <mxCell id="1" parent="0" />
        <mxCell id="ddQ41kfqwZAHC0JMJDUO-1" parent="1" style="rounded=0;whiteSpace=wrap;html=1;" value="Battery Li-Ion" vertex="1">
          <mxGeometry height="60" width="120" x="40" y="350" as="geometry" />
        </mxCell>
        <mxCell id="ddQ41kfqwZAHC0JMJDUO-2" parent="1" style="rounded=0;whiteSpace=wrap;html=1;" value="USB-C Connector&lt;br&gt;Sink device only" vertex="1">
          <mxGeometry height="60" width="120" x="40" y="455" as="geometry" />
        </mxCell>
        <mxCell id="ddQ41kfqwZAHC0JMJDUO-3" parent="1" style="rounded=0;whiteSpace=wrap;html=1;" value="Battery Charger&lt;br&gt;BQ25640" vertex="1">
          <mxGeometry height="60" width="120" x="240" y="350" as="geometry" />
        </mxCell>
        <mxCell id="ddQ41kfqwZAHC0JMJDUO-4" edge="1" parent="1" source="ddQ41kfqwZAHC0JMJDUO-1" style="endArrow=classic;startArrow=classic;html=1;rounded=0;exitX=1;exitY=0.5;exitDx=0;exitDy=0;entryX=0;entryY=0.5;entryDx=0;entryDy=0;startFill=1;" target="ddQ41kfqwZAHC0JMJDUO-3" value="VBAT">
          <mxGeometry height="50" relative="1" width="50" as="geometry">
            <mxPoint x="220" y="545" as="sourcePoint" />
            <mxPoint x="300" y="545" as="targetPoint" />
          </mxGeometry>
        </mxCell>
        <mxCell id="ddQ41kfqwZAHC0JMJDUO-5" edge="1" parent="1" source="ddQ41kfqwZAHC0JMJDUO-3" style="endArrow=classic;html=1;rounded=0;exitX=1;exitY=0.5;exitDx=0;exitDy=0;entryX=0;entryY=0.5;entryDx=0;entryDy=0;" target="ddQ41kfqwZAHC0JMJDUO-8" value="VSYS">
          <mxGeometry height="50" relative="1" width="50" as="geometry">
            <mxPoint x="360" y="365" as="sourcePoint" />
            <mxPoint x="420" y="365" as="targetPoint" />
          </mxGeometry>
        </mxCell>
        <mxCell id="ddQ41kfqwZAHC0JMJDUO-6" edge="1" parent="1" source="ddQ41kfqwZAHC0JMJDUO-2" style="curved=1;endArrow=classic;html=1;rounded=0;entryX=0.25;entryY=1;entryDx=0;entryDy=0;exitX=1;exitY=0.25;exitDx=0;exitDy=0;startArrow=classic;startFill=1;" target="ddQ41kfqwZAHC0JMJDUO-3" value="VBUS">
          <mxGeometry height="50" relative="1" width="50" x="-0.2182" as="geometry">
            <mxPoint as="offset" />
            <Array as="points">
              <mxPoint x="230" y="470" />
              <mxPoint x="270" y="440" />
            </Array>
            <mxPoint x="160" y="480" as="sourcePoint" />
            <mxPoint x="340" y="415" as="targetPoint" />
          </mxGeometry>
        </mxCell>
        <mxCell id="ddQ41kfqwZAHC0JMJDUO-7" edge="1" parent="1" source="ddQ41kfqwZAHC0JMJDUO-2" style="curved=1;endArrow=classic;html=1;rounded=0;entryX=0.75;entryY=1;entryDx=0;entryDy=0;exitX=1;exitY=0.75;exitDx=0;exitDy=0;startArrow=classic;startFill=1;" target="ddQ41kfqwZAHC0JMJDUO-3" value="CC1&lt;br&gt;CC2">
          <mxGeometry height="50" relative="1" width="50" x="-0.1219" y="15" as="geometry">
            <mxPoint as="offset" />
            <Array as="points">
              <mxPoint x="320" y="500" />
            </Array>
            <mxPoint x="210" y="600" as="sourcePoint" />
            <mxPoint x="320" y="545" as="targetPoint" />
          </mxGeometry>
        </mxCell>
        <mxCell id="ddQ41kfqwZAHC0JMJDUO-8" parent="1" style="rounded=0;whiteSpace=wrap;html=1;" value="Boost converter&lt;br&gt;Vsys (~4V) to&lt;br&gt;+5V0_CB" vertex="1">
          <mxGeometry height="60" width="120" x="450" y="350" as="geometry" />
        </mxCell>
        <mxCell id="ddQ41kfqwZAHC0JMJDUO-9" parent="1" style="rounded=0;whiteSpace=wrap;html=1;" value="Buck regulator&lt;br&gt;+3V3_CB" vertex="1">
          <mxGeometry height="60" width="120" x="660" y="440" as="geometry" />
        </mxCell>
        <mxCell id="ddQ41kfqwZAHC0JMJDUO-10" edge="1" parent="1" source="ddQ41kfqwZAHC0JMJDUO-8" style="endArrow=classic;html=1;rounded=0;exitX=1;exitY=0.5;exitDx=0;exitDy=0;" value="+5V0_CB">
          <mxGeometry height="50" relative="1" width="50" as="geometry">
            <mxPoint x="650" y="370" as="sourcePoint" />
            <mxPoint x="930" y="380" as="targetPoint" />
          </mxGeometry>
        </mxCell>
        <mxCell id="ddQ41kfqwZAHC0JMJDUO-11" parent="1" style="rounded=0;whiteSpace=wrap;html=1;" value="LDO&lt;br&gt;+1V8_CB" vertex="1">
          <mxGeometry height="60" width="120" x="660" y="550" as="geometry" />
        </mxCell>
        <mxCell id="ddQ41kfqwZAHC0JMJDUO-12" edge="1" parent="1" style="endArrow=classic;html=1;rounded=0;" value="+5V0_CB">
          <mxGeometry height="50" relative="1" width="50" as="geometry">
            <mxPoint x="570" y="470" as="sourcePoint" />
            <mxPoint x="660" y="469.5" as="targetPoint" />
          </mxGeometry>
        </mxCell>
        <mxCell id="ddQ41kfqwZAHC0JMJDUO-13" edge="1" parent="1" style="endArrow=classic;html=1;rounded=0;" value="+3V3_CB">
          <mxGeometry height="50" relative="1" width="50" as="geometry">
            <mxPoint x="570" y="580" as="sourcePoint" />
            <mxPoint x="660" y="579.5" as="targetPoint" />
          </mxGeometry>
        </mxCell>
        <mxCell id="EnYN-Pv5_zYYJv1rVKsZ-1" edge="1" parent="1" style="endArrow=classic;html=1;rounded=0;exitX=1;exitY=0.5;exitDx=0;exitDy=0;" value="+3V3_CB">
          <mxGeometry height="50" relative="1" width="50" as="geometry">
            <mxPoint x="780" y="469.5" as="sourcePoint" />
            <mxPoint x="930" y="469.5" as="targetPoint" />
          </mxGeometry>
        </mxCell>
        <mxCell id="EnYN-Pv5_zYYJv1rVKsZ-2" edge="1" parent="1" style="endArrow=classic;html=1;rounded=0;exitX=1;exitY=0.5;exitDx=0;exitDy=0;" value="+1V8_CB">
          <mxGeometry height="50" relative="1" width="50" as="geometry">
            <mxPoint x="780" y="579.5" as="sourcePoint" />
            <mxPoint x="930" y="579.5" as="targetPoint" />
          </mxGeometry>
        </mxCell>
        <mxCell id="9BGG5PgISOoOGe_5u8c--1" parent="1" style="rounded=0;whiteSpace=wrap;html=1;" value="CM5&lt;br&gt;HDMI&lt;br&gt;FAN?" vertex="1">
          <mxGeometry height="60" width="120" x="930" y="350" as="geometry" />
        </mxCell>
        <mxCell id="d1FMif2WYw3F8cw9T7sk-1" parent="1" style="rounded=0;whiteSpace=wrap;html=1;" value="TFT&lt;br&gt;Backlight&lt;br&gt;CODEC&lt;br&gt;RP2350 + Buttons&lt;div&gt;M.2&lt;/div&gt;&lt;div&gt;SD Card&lt;/div&gt;" vertex="1">
          <mxGeometry height="100" width="120" x="930" y="420" as="geometry" />
        </mxCell>
        <mxCell id="-O2XH02v6vIyyqhuVcH4-1" parent="1" style="rounded=0;whiteSpace=wrap;html=1;" value="DSI to LVDS" vertex="1">
          <mxGeometry height="60" width="120" x="930" y="550" as="geometry" />
        </mxCell>
      </root>
    </mxGraphModel>
  </diagram>
</mxfile>
